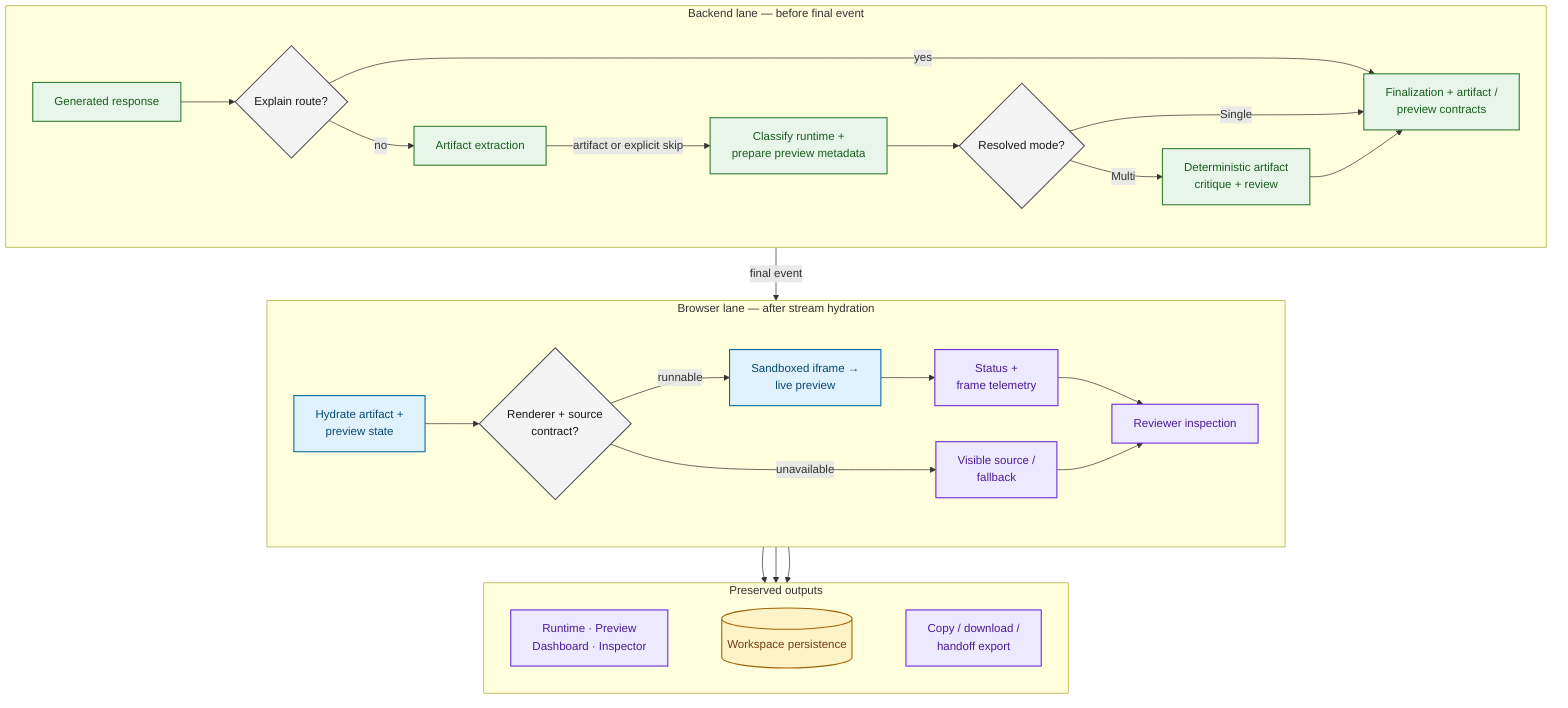
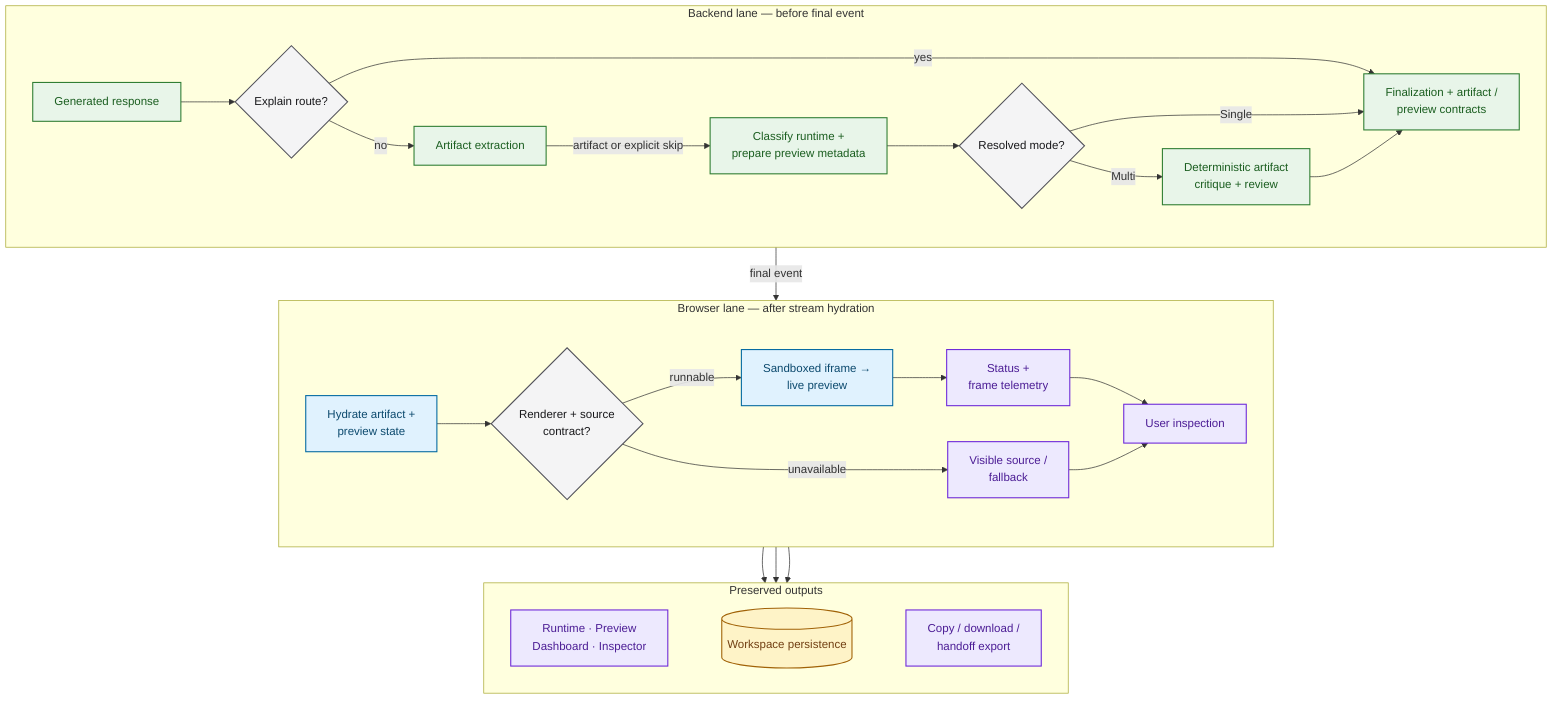
flowchart TB
    classDef client fill:#E0F2FE,stroke:#0369A1,color:#0C4A6E,stroke-width:1.5px
    classDef runtime fill:#E8F5E9,stroke:#2E7D32,color:#1B5E20,stroke-width:1.5px
    classDef decision fill:#F4F4F5,stroke:#52525B,color:#18181B,stroke-width:1.5px
    classDef store fill:#FEF3C7,stroke:#A16207,color:#713F12,stroke-width:1.5px
    classDef evidence fill:#EDE9FE,stroke:#6D28D9,color:#4C1D95,stroke-width:1.5px

    subgraph server["Backend lane — before final event"]
        direction LR
        response["Generated response"]:::runtime
        explain{"Explain route?"}:::decision
        extract["Artifact extraction"]:::runtime
        prepare["Classify runtime +<br/>prepare preview metadata"]:::runtime
        mode{"Resolved mode?"}:::decision
        critique["Deterministic artifact<br/>critique + review"]:::runtime
        final["Finalization + artifact /<br/>preview contracts"]:::runtime

        response --> explain
        explain -->|"no"| extract -->|"artifact or explicit skip"| prepare --> mode
        explain -->|"yes"| final
        mode -->|"Single"| final
        mode -->|"Multi"| critique --> final
    end

    subgraph browser["Browser lane — after stream hydration"]
        direction LR
        hydrate["Hydrate artifact +<br/>preview state"]:::client
        preflight{"Renderer + source<br/>contract?"}:::decision
        preview["Sandboxed iframe →<br/>live preview"]:::client
        telemetry["Status +<br/>frame telemetry"]:::evidence
        fallback["Visible source /<br/>fallback"]:::evidence
-         inspect["Reviewer inspection"]:::evidence
+         inspect["User inspection"]:::evidence

        hydrate --> preflight
        preflight -->|"runnable"| preview --> telemetry --> inspect
        preflight -->|"unavailable"| fallback --> inspect
    end

    subgraph outputs["Preserved outputs"]
        direction LR
        projections["Runtime · Preview<br/>Dashboard · Inspector"]:::evidence
        persistence[("Workspace persistence")]:::store
        export["Copy / download /<br/>handoff export"]:::evidence

        projections ~~~ persistence ~~~ export
    end

    final -->|"final event"| hydrate
    inspect --> projections
    inspect --> persistence
    inspect --> export
